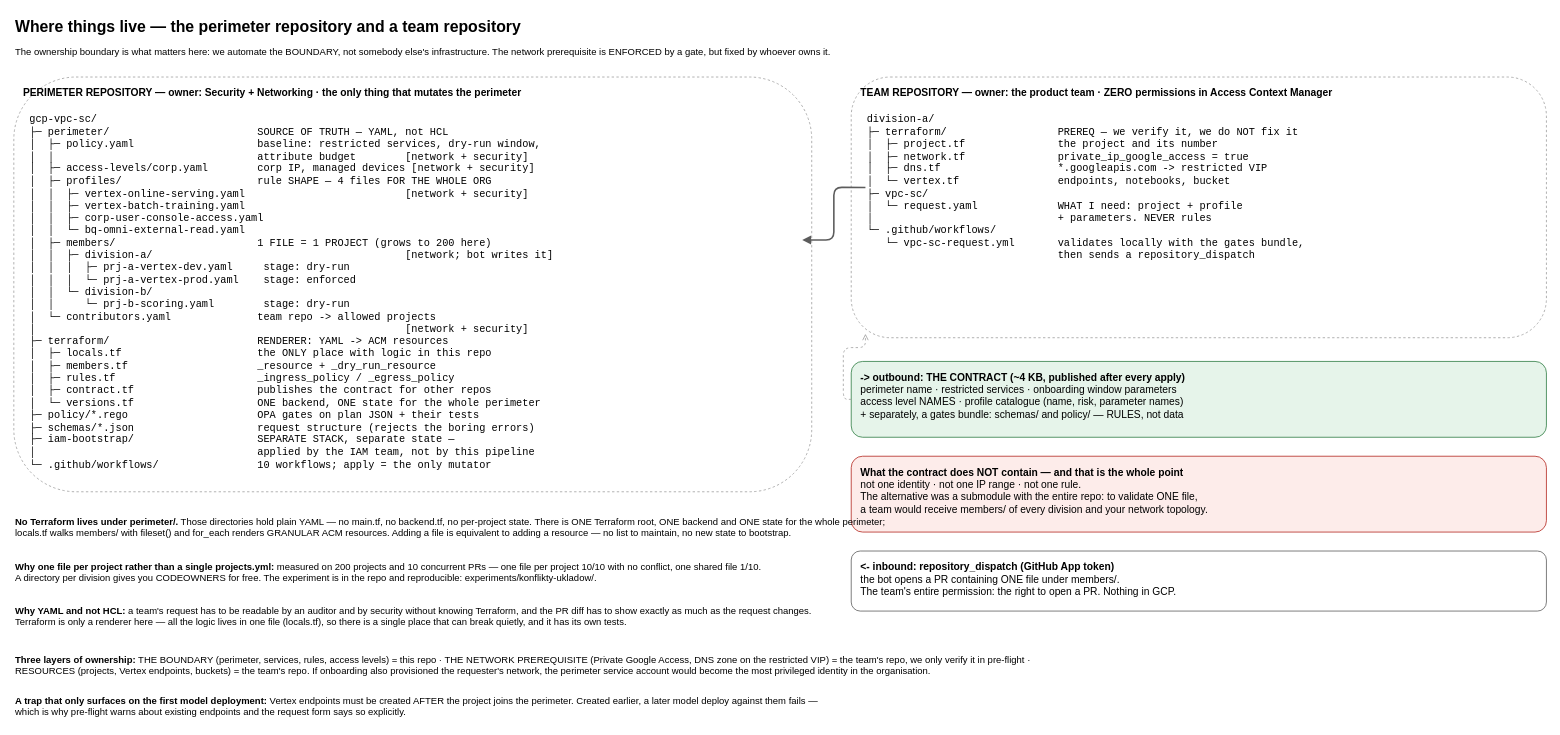
The draw.io diagram docs/diagrams/D7-struktura-repo.drawio in CptDolphin/gcp-vpc-sc, before the edit. Source tidied: cells renumbered, new cells numbered last; positions are measured from the earlier drawing's top-left corner, leaving out a move shared by most shapes. Both pictures are drawn from the tidied source at 79%, with x=0, y=0 at pixel (13, 13).
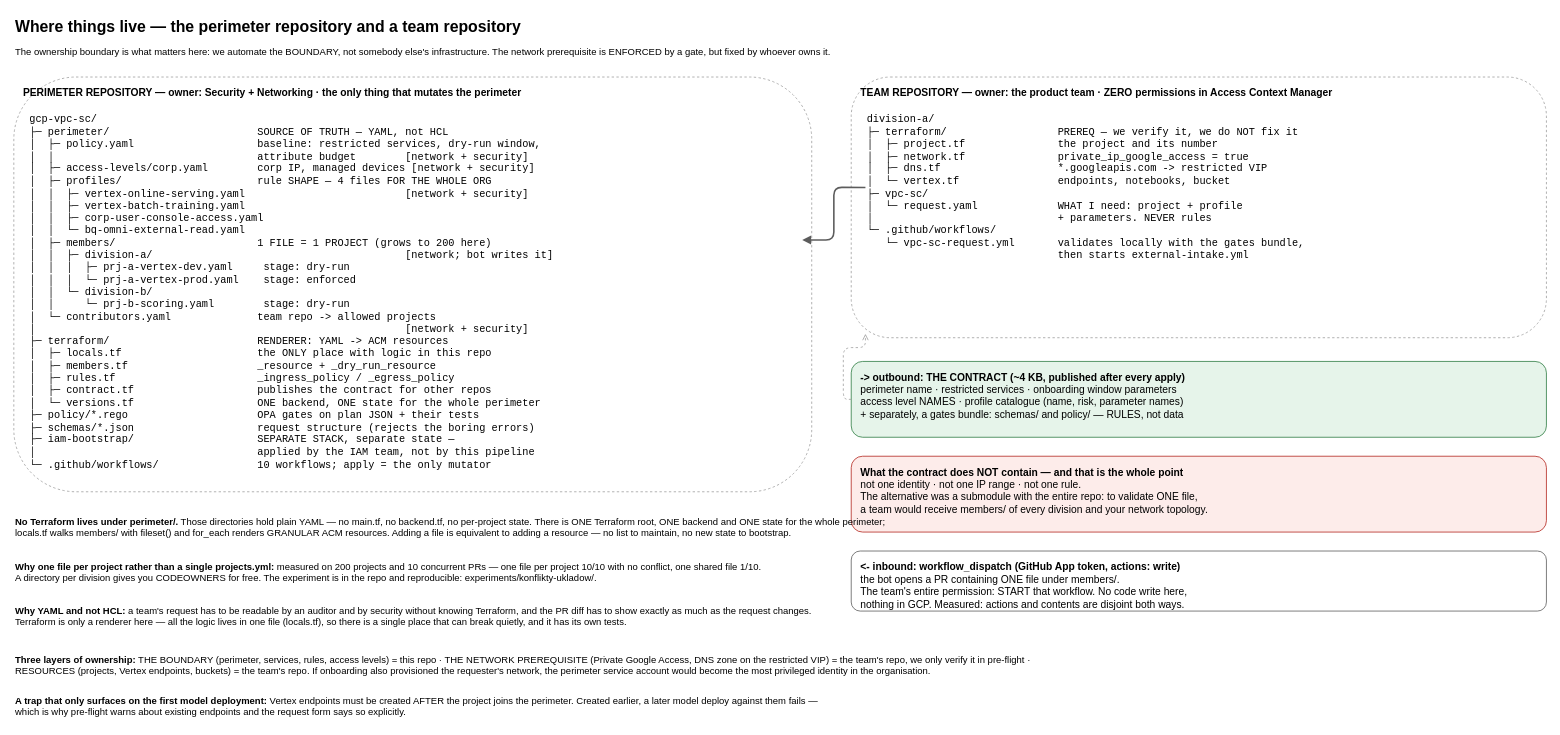
After the change.

The edit, as a diff of the source:
```diff
@@
 <mxGraphModel>
   <root>
     <mxCell id="0" />
     <mxCell id="1" parent="0" />
     <mxCell id="2" value="Where things live — the perimeter repository and a team repository" style="text;html=1;strokeColor=none;fillColor=none;align=left;verticalAlign=middle;fontSize=20;fontStyle=1;" parent="1" vertex="1">
       <mxGeometry width="1500" height="32" as="geometry" />
     </mxCell>
     <mxCell id="3" value="The ownership boundary is what matters here: we automate the BOUNDARY, not somebody else's infrastructure. The network prerequisite is ENFORCED by a gate, but fixed by whoever owns it." style="text;html=1;strokeColor=none;fillColor=none;align=left;verticalAlign=top;fontSize=12;" parent="1" vertex="1">
       <mxGeometry y="34" width="1600" height="20" as="geometry" />
     </mxCell>
     <mxCell id="4" value="PERIMETER REPOSITORY — owner: Security + Networking · the only thing that mutates the perimeter" style="rounded=1;whiteSpace=wrap;html=1;fillColor=none;strokeColor=#9e9e9e;dashed=1;align=left;verticalAlign=top;spacingLeft=10;spacingTop=6;fontSize=13;fontStyle=1;" parent="1" vertex="1">
       <mxGeometry y="80" width="1010" height="525" as="geometry" />
     </mxCell>
     <mxCell id="5" value="gcp-vpc-sc/&lt;br&gt;├─ perimeter/&amp;nbsp;&amp;nbsp;&amp;nbsp;&amp;nbsp;&amp;nbsp;&amp;nbsp;&amp;nbsp;&amp;nbsp;&amp;nbsp;&amp;nbsp;&amp;nbsp;&amp;nbsp;&amp;nbsp;&amp;nbsp;&amp;nbsp;&amp;nbsp;&amp;nbsp;&amp;nbsp;&amp;nbsp;&amp;nbsp;&amp;nbsp;&amp;nbsp;&amp;nbsp;&amp;nbsp;SOURCE OF TRUTH — YAML, not HCL&lt;br&gt;│&amp;nbsp;&amp;nbsp;├─ policy.yaml&amp;nbsp;&amp;nbsp;&amp;nbsp;&amp;nbsp;&amp;nbsp;&amp;nbsp;&amp;nbsp;&amp;nbsp;&amp;nbsp;&amp;nbsp;&amp;nbsp;&amp;nbsp;&amp;nbsp;&amp;nbsp;&amp;nbsp;&amp;nbsp;&amp;nbsp;&amp;nbsp;&amp;nbsp;&amp;nbsp;baseline: restricted services, dry-run window,&lt;br&gt;│&amp;nbsp;&amp;nbsp;│&amp;nbsp;&amp;nbsp;&amp;nbsp;&amp;nbsp;&amp;nbsp;&amp;nbsp;&amp;nbsp;&amp;nbsp;&amp;nbsp;&amp;nbsp;&amp;nbsp;&amp;nbsp;&amp;nbsp;&amp;nbsp;&amp;nbsp;&amp;nbsp;&amp;nbsp;&amp;nbsp;&amp;nbsp;&amp;nbsp;&amp;nbsp;&amp;nbsp;&amp;nbsp;&amp;nbsp;&amp;nbsp;&amp;nbsp;&amp;nbsp;&amp;nbsp;&amp;nbsp;&amp;nbsp;&amp;nbsp;&amp;nbsp;&amp;nbsp;attribute budget&amp;nbsp;&amp;nbsp;&amp;nbsp;&amp;nbsp;&amp;nbsp;&amp;nbsp;&amp;nbsp;&amp;nbsp;[network + security]&lt;br&gt;│&amp;nbsp;&amp;nbsp;├─ access-levels/corp.yaml&amp;nbsp;&amp;nbsp;&amp;nbsp;&amp;nbsp;&amp;nbsp;&amp;nbsp;&amp;nbsp;&amp;nbsp;corp IP, managed devices [network + security]&lt;br&gt;│&amp;nbsp;&amp;nbsp;├─ profiles/&amp;nbsp;&amp;nbsp;&amp;nbsp;&amp;nbsp;&amp;nbsp;&amp;nbsp;&amp;nbsp;&amp;nbsp;&amp;nbsp;&amp;nbsp;&amp;nbsp;&amp;nbsp;&amp;nbsp;&amp;nbsp;&amp;nbsp;&amp;nbsp;&amp;nbsp;&amp;nbsp;&amp;nbsp;&amp;nbsp;&amp;nbsp;&amp;nbsp;rule SHAPE — 4 files FOR THE WHOLE ORG&lt;br&gt;│&amp;nbsp;&amp;nbsp;│&amp;nbsp;&amp;nbsp;├─ vertex-online-serving.yaml&amp;nbsp;&amp;nbsp;&amp;nbsp;&amp;nbsp;&amp;nbsp;&amp;nbsp;&amp;nbsp;&amp;nbsp;&amp;nbsp;&amp;nbsp;&amp;nbsp;&amp;nbsp;&amp;nbsp;&amp;nbsp;&amp;nbsp;&amp;nbsp;&amp;nbsp;&amp;nbsp;&amp;nbsp;&amp;nbsp;&amp;nbsp;&amp;nbsp;&amp;nbsp;&amp;nbsp;&amp;nbsp;&amp;nbsp;[network + security]&lt;br&gt;│&amp;nbsp;&amp;nbsp;│&amp;nbsp;&amp;nbsp;├─ vertex-batch-training.yaml&lt;br&gt;│&amp;nbsp;&amp;nbsp;│&amp;nbsp;&amp;nbsp;├─ corp-user-console-access.yaml&lt;br&gt;│&amp;nbsp;&amp;nbsp;│&amp;nbsp;&amp;nbsp;└─ bq-omni-external-read.yaml&lt;br&gt;│&amp;nbsp;&amp;nbsp;├─ members/&amp;nbsp;&amp;nbsp;&amp;nbsp;&amp;nbsp;&amp;nbsp;&amp;nbsp;&amp;nbsp;&amp;nbsp;&amp;nbsp;&amp;nbsp;&amp;nbsp;&amp;nbsp;&amp;nbsp;&amp;nbsp;&amp;nbsp;&amp;nbsp;&amp;nbsp;&amp;nbsp;&amp;nbsp;&amp;nbsp;&amp;nbsp;&amp;nbsp;&amp;nbsp;1 FILE = 1 PROJECT (grows to 200 here)&lt;br&gt;│&amp;nbsp;&amp;nbsp;│&amp;nbsp;&amp;nbsp;├─ division-a/&amp;nbsp;&amp;nbsp;&amp;nbsp;&amp;nbsp;&amp;nbsp;&amp;nbsp;&amp;nbsp;&amp;nbsp;&amp;nbsp;&amp;nbsp;&amp;nbsp;&amp;nbsp;&amp;nbsp;&amp;nbsp;&amp;nbsp;&amp;nbsp;&amp;nbsp;&amp;nbsp;&amp;nbsp;&amp;nbsp;&amp;nbsp;&amp;nbsp;&amp;nbsp;&amp;nbsp;&amp;nbsp;&amp;nbsp;&amp;nbsp;&amp;nbsp;&amp;nbsp;&amp;nbsp;&amp;nbsp;&amp;nbsp;&amp;nbsp;&amp;nbsp;&amp;nbsp;&amp;nbsp;&amp;nbsp;&amp;nbsp;&amp;nbsp;&amp;nbsp;&amp;nbsp;[network; bot writes it]&lt;br&gt;│&amp;nbsp;&amp;nbsp;│&amp;nbsp;&amp;nbsp;│&amp;nbsp;&amp;nbsp;├─ prj-a-vertex-dev.yaml&amp;nbsp;&amp;nbsp;&amp;nbsp;&amp;nbsp;&amp;nbsp;stage: dry-run&lt;br&gt;│&amp;nbsp;&amp;nbsp;│&amp;nbsp;&amp;nbsp;│&amp;nbsp;&amp;nbsp;└─ prj-a-vertex-prod.yaml&amp;nbsp;&amp;nbsp;&amp;nbsp;&amp;nbsp;stage: enforced&lt;br&gt;│&amp;nbsp;&amp;nbsp;│&amp;nbsp;&amp;nbsp;└─ division-b/&lt;br&gt;│&amp;nbsp;&amp;nbsp;│&amp;nbsp;&amp;nbsp;&amp;nbsp;&amp;nbsp;&amp;nbsp;└─ prj-b-scoring.yaml&amp;nbsp;&amp;nbsp;&amp;nbsp;&amp;nbsp;&amp;nbsp;&amp;nbsp;&amp;nbsp;&amp;nbsp;stage: dry-run&lt;br&gt;│&amp;nbsp;&amp;nbsp;└─ contributors.yaml&amp;nbsp;&amp;nbsp;&amp;nbsp;&amp;nbsp;&amp;nbsp;&amp;nbsp;&amp;nbsp;&amp;nbsp;&amp;nbsp;&amp;nbsp;&amp;nbsp;&amp;nbsp;&amp;nbsp;&amp;nbsp;team repo -&amp;gt; allowed projects&lt;br&gt;│&amp;nbsp;&amp;nbsp;&amp;nbsp;&amp;nbsp;&amp;nbsp;&amp;nbsp;&amp;nbsp;&amp;nbsp;&amp;nbsp;&amp;nbsp;&amp;nbsp;&amp;nbsp;&amp;nbsp;&amp;nbsp;&amp;nbsp;&amp;nbsp;&amp;nbsp;&amp;nbsp;&amp;nbsp;&amp;nbsp;&amp;nbsp;&amp;nbsp;&amp;nbsp;&amp;nbsp;&amp;nbsp;&amp;nbsp;&amp;nbsp;&amp;nbsp;&amp;nbsp;&amp;nbsp;&amp;nbsp;&amp;nbsp;&amp;nbsp;&amp;nbsp;&amp;nbsp;&amp;nbsp;&amp;nbsp;&amp;nbsp;&amp;nbsp;&amp;nbsp;&amp;nbsp;&amp;nbsp;&amp;nbsp;&amp;nbsp;&amp;nbsp;&amp;nbsp;&amp;nbsp;&amp;nbsp;&amp;nbsp;&amp;nbsp;&amp;nbsp;&amp;nbsp;&amp;nbsp;&amp;nbsp;&amp;nbsp;&amp;nbsp;&amp;nbsp;&amp;nbsp;&amp;nbsp;&amp;nbsp;[network + security]&lt;br&gt;├─ terraform/&amp;nbsp;&amp;nbsp;&amp;nbsp;&amp;nbsp;&amp;nbsp;&amp;nbsp;&amp;nbsp;&amp;nbsp;&amp;nbsp;&amp;nbsp;&amp;nbsp;&amp;nbsp;&amp;nbsp;&amp;nbsp;&amp;nbsp;&amp;nbsp;&amp;nbsp;&amp;nbsp;&amp;nbsp;&amp;nbsp;&amp;nbsp;&amp;nbsp;&amp;nbsp;&amp;nbsp;RENDERER: YAML -&amp;gt; ACM resources&lt;br&gt;│&amp;nbsp;&amp;nbsp;├─ locals.tf&amp;nbsp;&amp;nbsp;&amp;nbsp;&amp;nbsp;&amp;nbsp;&amp;nbsp;&amp;nbsp;&amp;nbsp;&amp;nbsp;&amp;nbsp;&amp;nbsp;&amp;nbsp;&amp;nbsp;&amp;nbsp;&amp;nbsp;&amp;nbsp;&amp;nbsp;&amp;nbsp;&amp;nbsp;&amp;nbsp;&amp;nbsp;&amp;nbsp;the ONLY place with logic in this repo&lt;br&gt;│&amp;nbsp;&amp;nbsp;├─ members.tf&amp;nbsp;&amp;nbsp;&amp;nbsp;&amp;nbsp;&amp;nbsp;&amp;nbsp;&amp;nbsp;&amp;nbsp;&amp;nbsp;&amp;nbsp;&amp;nbsp;&amp;nbsp;&amp;nbsp;&amp;nbsp;&amp;nbsp;&amp;nbsp;&amp;nbsp;&amp;nbsp;&amp;nbsp;&amp;nbsp;&amp;nbsp;_resource + _dry_run_resource&lt;br&gt;│&amp;nbsp;&amp;nbsp;├─ rules.tf&amp;nbsp;&amp;nbsp;&amp;nbsp;&amp;nbsp;&amp;nbsp;&amp;nbsp;&amp;nbsp;&amp;nbsp;&amp;nbsp;&amp;nbsp;&amp;nbsp;&amp;nbsp;&amp;nbsp;&amp;nbsp;&amp;nbsp;&amp;nbsp;&amp;nbsp;&amp;nbsp;&amp;nbsp;&amp;nbsp;&amp;nbsp;&amp;nbsp;&amp;nbsp;_ingress_policy / _egress_policy&lt;br&gt;│&amp;nbsp;&amp;nbsp;├─ contract.tf&amp;nbsp;&amp;nbsp;&amp;nbsp;&amp;nbsp;&amp;nbsp;&amp;nbsp;&amp;nbsp;&amp;nbsp;&amp;nbsp;&amp;nbsp;&amp;nbsp;&amp;nbsp;&amp;nbsp;&amp;nbsp;&amp;nbsp;&amp;nbsp;&amp;nbsp;&amp;nbsp;&amp;nbsp;&amp;nbsp;publishes the contract for other repos&lt;br&gt;│&amp;nbsp;&amp;nbsp;└─ versions.tf&amp;nbsp;&amp;nbsp;&amp;nbsp;&amp;nbsp;&amp;nbsp;&amp;nbsp;&amp;nbsp;&amp;nbsp;&amp;nbsp;&amp;nbsp;&amp;nbsp;&amp;nbsp;&amp;nbsp;&amp;nbsp;&amp;nbsp;&amp;nbsp;&amp;nbsp;&amp;nbsp;&amp;nbsp;&amp;nbsp;ONE backend, ONE state for the whole perimeter&lt;br&gt;├─ policy/*.rego&amp;nbsp;&amp;nbsp;&amp;nbsp;&amp;nbsp;&amp;nbsp;&amp;nbsp;&amp;nbsp;&amp;nbsp;&amp;nbsp;&amp;nbsp;&amp;nbsp;&amp;nbsp;&amp;nbsp;&amp;nbsp;&amp;nbsp;&amp;nbsp;&amp;nbsp;&amp;nbsp;&amp;nbsp;&amp;nbsp;&amp;nbsp;OPA gates on plan JSON + their tests&lt;br&gt;├─ schemas/*.json&amp;nbsp;&amp;nbsp;&amp;nbsp;&amp;nbsp;&amp;nbsp;&amp;nbsp;&amp;nbsp;&amp;nbsp;&amp;nbsp;&amp;nbsp;&amp;nbsp;&amp;nbsp;&amp;nbsp;&amp;nbsp;&amp;nbsp;&amp;nbsp;&amp;nbsp;&amp;nbsp;&amp;nbsp;&amp;nbsp;request structure (rejects the boring errors)&lt;br&gt;├─ iam-bootstrap/&amp;nbsp;&amp;nbsp;&amp;nbsp;&amp;nbsp;&amp;nbsp;&amp;nbsp;&amp;nbsp;&amp;nbsp;&amp;nbsp;&amp;nbsp;&amp;nbsp;&amp;nbsp;&amp;nbsp;&amp;nbsp;&amp;nbsp;&amp;nbsp;&amp;nbsp;&amp;nbsp;&amp;nbsp;&amp;nbsp;SEPARATE STACK, separate state —&lt;br&gt;│&amp;nbsp;&amp;nbsp;&amp;nbsp;&amp;nbsp;&amp;nbsp;&amp;nbsp;&amp;nbsp;&amp;nbsp;&amp;nbsp;&amp;nbsp;&amp;nbsp;&amp;nbsp;&amp;nbsp;&amp;nbsp;&amp;nbsp;&amp;nbsp;&amp;nbsp;&amp;nbsp;&amp;nbsp;&amp;nbsp;&amp;nbsp;&amp;nbsp;&amp;nbsp;&amp;nbsp;&amp;nbsp;&amp;nbsp;&amp;nbsp;&amp;nbsp;&amp;nbsp;&amp;nbsp;&amp;nbsp;&amp;nbsp;&amp;nbsp;&amp;nbsp;&amp;nbsp;&amp;nbsp;applied by the IAM team, not by this pipeline&lt;br&gt;└─ .github/workflows/&amp;nbsp;&amp;nbsp;&amp;nbsp;&amp;nbsp;&amp;nbsp;&amp;nbsp;&amp;nbsp;&amp;nbsp;&amp;nbsp;&amp;nbsp;&amp;nbsp;&amp;nbsp;&amp;nbsp;&amp;nbsp;&amp;nbsp;&amp;nbsp;10 workflows; apply = the only mutator" style="text;html=1;strokeColor=none;fillColor=none;align=left;verticalAlign=top;fontSize=13;fontFamily=Courier New;" parent="1" vertex="1">
       <mxGeometry x="18" y="120" width="980" height="475" as="geometry" />
     </mxCell>
     <mxCell id="6" value="TEAM REPOSITORY — owner: the product team · ZERO permissions in Access Context Manager" style="rounded=1;whiteSpace=wrap;html=1;fillColor=none;strokeColor=#9e9e9e;dashed=1;align=left;verticalAlign=top;spacingLeft=10;spacingTop=6;fontSize=13;fontStyle=1;" parent="1" vertex="1">
       <mxGeometry x="1060" y="80" width="880" height="330" as="geometry" />
     </mxCell>
-    <mxCell id="7" value="division-a/&lt;br&gt;├─ terraform/&amp;nbsp;&amp;nbsp;&amp;nbsp;&amp;nbsp;&amp;nbsp;&amp;nbsp;&amp;nbsp;&amp;nbsp;&amp;nbsp;&amp;nbsp;&amp;nbsp;&amp;nbsp;&amp;nbsp;&amp;nbsp;&amp;nbsp;&amp;nbsp;&amp;nbsp;&amp;nbsp;PREREQ — we verify it, we do NOT fix it&lt;br&gt;│&amp;nbsp;&amp;nbsp;├─ project.tf&amp;nbsp;&amp;nbsp;&amp;nbsp;&amp;nbsp;&amp;nbsp;&amp;nbsp;&amp;nbsp;&amp;nbsp;&amp;nbsp;&amp;nbsp;&amp;nbsp;&amp;nbsp;&amp;nbsp;&amp;nbsp;&amp;nbsp;the project and its number&lt;br&gt;│&amp;nbsp;&amp;nbsp;├─ network.tf&amp;nbsp;&amp;nbsp;&amp;nbsp;&amp;nbsp;&amp;nbsp;&amp;nbsp;&amp;nbsp;&amp;nbsp;&amp;nbsp;&amp;nbsp;&amp;nbsp;&amp;nbsp;&amp;nbsp;&amp;nbsp;&amp;nbsp;private_ip_google_access = true&lt;br&gt;│&amp;nbsp;&amp;nbsp;├─ dns.tf&amp;nbsp;&amp;nbsp;&amp;nbsp;&amp;nbsp;&amp;nbsp;&amp;nbsp;&amp;nbsp;&amp;nbsp;&amp;nbsp;&amp;nbsp;&amp;nbsp;&amp;nbsp;&amp;nbsp;&amp;nbsp;&amp;nbsp;&amp;nbsp;&amp;nbsp;&amp;nbsp;&amp;nbsp;*.googleapis.com -&amp;gt; restricted VIP&lt;br&gt;│&amp;nbsp;&amp;nbsp;└─ vertex.tf&amp;nbsp;&amp;nbsp;&amp;nbsp;&amp;nbsp;&amp;nbsp;&amp;nbsp;&amp;nbsp;&amp;nbsp;&amp;nbsp;&amp;nbsp;&amp;nbsp;&amp;nbsp;&amp;nbsp;&amp;nbsp;&amp;nbsp;&amp;nbsp;endpoints, notebooks, bucket&lt;br&gt;├─ vpc-sc/&lt;br&gt;│&amp;nbsp;&amp;nbsp;└─ request.yaml&amp;nbsp;&amp;nbsp;&amp;nbsp;&amp;nbsp;&amp;nbsp;&amp;nbsp;&amp;nbsp;&amp;nbsp;&amp;nbsp;&amp;nbsp;&amp;nbsp;&amp;nbsp;&amp;nbsp;WHAT I need: project + profile&lt;br&gt;│&amp;nbsp;&amp;nbsp;&amp;nbsp;&amp;nbsp;&amp;nbsp;&amp;nbsp;&amp;nbsp;&amp;nbsp;&amp;nbsp;&amp;nbsp;&amp;nbsp;&amp;nbsp;&amp;nbsp;&amp;nbsp;&amp;nbsp;&amp;nbsp;&amp;nbsp;&amp;nbsp;&amp;nbsp;&amp;nbsp;&amp;nbsp;&amp;nbsp;&amp;nbsp;&amp;nbsp;&amp;nbsp;&amp;nbsp;&amp;nbsp;&amp;nbsp;&amp;nbsp;&amp;nbsp;+ parameters. NEVER rules&lt;br&gt;└─ .github/workflows/&lt;br&gt;&amp;nbsp;&amp;nbsp;&amp;nbsp;└─ vpc-sc-request.yml&amp;nbsp;&amp;nbsp;&amp;nbsp;&amp;nbsp;&amp;nbsp;&amp;nbsp;&amp;nbsp;validates locally with the gates bundle,&lt;br&gt;&amp;nbsp;&amp;nbsp;&amp;nbsp;&amp;nbsp;&amp;nbsp;&amp;nbsp;&amp;nbsp;&amp;nbsp;&amp;nbsp;&amp;nbsp;&amp;nbsp;&amp;nbsp;&amp;nbsp;&amp;nbsp;&amp;nbsp;&amp;nbsp;&amp;nbsp;&amp;nbsp;&amp;nbsp;&amp;nbsp;&amp;nbsp;&amp;nbsp;&amp;nbsp;&amp;nbsp;&amp;nbsp;&amp;nbsp;&amp;nbsp;&amp;nbsp;&amp;nbsp;&amp;nbsp;&amp;nbsp;then sends a repository_dispatch" style="text;html=1;strokeColor=none;fillColor=none;align=left;verticalAlign=top;fontSize=13;fontFamily=Courier New;" parent="1" vertex="1">
+    <mxCell id="7" value="division-a/&lt;br&gt;├─ terraform/&amp;nbsp;&amp;nbsp;&amp;nbsp;&amp;nbsp;&amp;nbsp;&amp;nbsp;&amp;nbsp;&amp;nbsp;&amp;nbsp;&amp;nbsp;&amp;nbsp;&amp;nbsp;&amp;nbsp;&amp;nbsp;&amp;nbsp;&amp;nbsp;&amp;nbsp;&amp;nbsp;PREREQ — we verify it, we do NOT fix it&lt;br&gt;│&amp;nbsp;&amp;nbsp;├─ project.tf&amp;nbsp;&amp;nbsp;&amp;nbsp;&amp;nbsp;&amp;nbsp;&amp;nbsp;&amp;nbsp;&amp;nbsp;&amp;nbsp;&amp;nbsp;&amp;nbsp;&amp;nbsp;&amp;nbsp;&amp;nbsp;&amp;nbsp;the project and its number&lt;br&gt;│&amp;nbsp;&amp;nbsp;├─ network.tf&amp;nbsp;&amp;nbsp;&amp;nbsp;&amp;nbsp;&amp;nbsp;&amp;nbsp;&amp;nbsp;&amp;nbsp;&amp;nbsp;&amp;nbsp;&amp;nbsp;&amp;nbsp;&amp;nbsp;&amp;nbsp;&amp;nbsp;private_ip_google_access = true&lt;br&gt;│&amp;nbsp;&amp;nbsp;├─ dns.tf&amp;nbsp;&amp;nbsp;&amp;nbsp;&amp;nbsp;&amp;nbsp;&amp;nbsp;&amp;nbsp;&amp;nbsp;&amp;nbsp;&amp;nbsp;&amp;nbsp;&amp;nbsp;&amp;nbsp;&amp;nbsp;&amp;nbsp;&amp;nbsp;&amp;nbsp;&amp;nbsp;&amp;nbsp;*.googleapis.com -&amp;gt; restricted VIP&lt;br&gt;│&amp;nbsp;&amp;nbsp;└─ vertex.tf&amp;nbsp;&amp;nbsp;&amp;nbsp;&amp;nbsp;&amp;nbsp;&amp;nbsp;&amp;nbsp;&amp;nbsp;&amp;nbsp;&amp;nbsp;&amp;nbsp;&amp;nbsp;&amp;nbsp;&amp;nbsp;&amp;nbsp;&amp;nbsp;endpoints, notebooks, bucket&lt;br&gt;├─ vpc-sc/&lt;br&gt;│&amp;nbsp;&amp;nbsp;└─ request.yaml&amp;nbsp;&amp;nbsp;&amp;nbsp;&amp;nbsp;&amp;nbsp;&amp;nbsp;&amp;nbsp;&amp;nbsp;&amp;nbsp;&amp;nbsp;&amp;nbsp;&amp;nbsp;&amp;nbsp;WHAT I need: project + profile&lt;br&gt;│&amp;nbsp;&amp;nbsp;&amp;nbsp;&amp;nbsp;&amp;nbsp;&amp;nbsp;&amp;nbsp;&amp;nbsp;&amp;nbsp;&amp;nbsp;&amp;nbsp;&amp;nbsp;&amp;nbsp;&amp;nbsp;&amp;nbsp;&amp;nbsp;&amp;nbsp;&amp;nbsp;&amp;nbsp;&amp;nbsp;&amp;nbsp;&amp;nbsp;&amp;nbsp;&amp;nbsp;&amp;nbsp;&amp;nbsp;&amp;nbsp;&amp;nbsp;&amp;nbsp;&amp;nbsp;+ parameters. NEVER rules&lt;br&gt;└─ .github/workflows/&lt;br&gt;&amp;nbsp;&amp;nbsp;&amp;nbsp;└─ vpc-sc-request.yml&amp;nbsp;&amp;nbsp;&amp;nbsp;&amp;nbsp;&amp;nbsp;&amp;nbsp;&amp;nbsp;validates locally with the gates bundle,&lt;br&gt;&amp;nbsp;&amp;nbsp;&amp;nbsp;&amp;nbsp;&amp;nbsp;&amp;nbsp;&amp;nbsp;&amp;nbsp;&amp;nbsp;&amp;nbsp;&amp;nbsp;&amp;nbsp;&amp;nbsp;&amp;nbsp;&amp;nbsp;&amp;nbsp;&amp;nbsp;&amp;nbsp;&amp;nbsp;&amp;nbsp;&amp;nbsp;&amp;nbsp;&amp;nbsp;&amp;nbsp;&amp;nbsp;&amp;nbsp;&amp;nbsp;&amp;nbsp;&amp;nbsp;&amp;nbsp;&amp;nbsp;then starts external-intake.yml" style="text;html=1;strokeColor=none;fillColor=none;align=left;verticalAlign=top;fontSize=13;fontFamily=Courier New;" parent="1" vertex="1">
       <mxGeometry x="1078" y="120" width="850" height="285" as="geometry" />
     </mxCell>
     <mxCell id="8" value="&lt;b&gt;-&amp;gt; outbound: THE CONTRACT (~4 KB, published after every apply)&lt;/b&gt;&lt;br&gt;perimeter name · restricted services · onboarding window parameters&lt;br&gt;access level NAMES · profile catalogue (name, risk, parameter names)&lt;br&gt;+ separately, a gates bundle: schemas/ and policy/ — RULES, not data" style="rounded=1;whiteSpace=wrap;html=1;fillColor=#e6f4ea;strokeColor=#2e7d43;align=left;verticalAlign=top;spacingLeft=10;spacingTop=6;fontSize=13;" parent="1" vertex="1">
       <mxGeometry x="1060" y="440" width="880" height="96" as="geometry" />
     </mxCell>
     <mxCell id="9" value="&lt;b&gt;What the contract does NOT contain — and that is the whole point&lt;/b&gt;&lt;br&gt;not one identity · not one IP range · not one rule.&lt;br&gt;The alternative was a submodule with the entire repo: to validate ONE file,&lt;br&gt;a team would receive members/ of every division and your network topology." style="rounded=1;whiteSpace=wrap;html=1;fillColor=#fdecea;strokeColor=#b3261e;align=left;verticalAlign=top;spacingLeft=10;spacingTop=6;fontSize=13;" parent="1" vertex="1">
       <mxGeometry x="1060" y="560" width="880" height="96" as="geometry" />
     </mxCell>
-    <mxCell id="10" value="&lt;b&gt;&amp;lt;- inbound: repository_dispatch (GitHub App token)&lt;/b&gt;&lt;br&gt;the bot opens a PR containing ONE file under members/.&lt;br&gt;The team's entire permission: the right to open a PR. Nothing in GCP." style="rounded=1;whiteSpace=wrap;html=1;fillColor=#ffffff;strokeColor=#5c5c5c;align=left;verticalAlign=top;spacingLeft=10;spacingTop=6;fontSize=13;" parent="1" vertex="1">
+    <mxCell id="10" value="&lt;b&gt;&amp;lt;- inbound: workflow_dispatch (GitHub App token, actions: write)&lt;/b&gt;&lt;br&gt;the bot opens a PR containing ONE file under members/.&lt;br&gt;The team's entire permission: START that workflow. No code write here,&lt;br&gt;nothing in GCP. Measured: actions and contents are disjoint both ways." style="rounded=1;whiteSpace=wrap;html=1;fillColor=#ffffff;strokeColor=#5c5c5c;align=left;verticalAlign=top;spacingLeft=10;spacingTop=6;fontSize=13;" parent="1" vertex="1">
       <mxGeometry x="1060" y="680" width="880" height="76" as="geometry" />
     </mxCell>
     <mxCell id="11" value="&lt;b&gt;No Terraform lives under perimeter/.&lt;/b&gt; Those directories hold plain YAML — no main.tf, no backend.tf, no per-project state. There is ONE Terraform root, ONE backend and ONE state for the whole perimeter;&lt;br&gt;locals.tf walks members/ with fileset() and for_each renders GRANULAR ACM resources. Adding a file is equivalent to adding a resource — no list to maintain, no new state to bootstrap." style="text;html=1;strokeColor=none;fillColor=none;align=left;verticalAlign=top;fontSize=12;" parent="1" vertex="1">
       <mxGeometry y="630" width="1010" height="40" as="geometry" />
     </mxCell>
     <mxCell id="12" value="&lt;b&gt;Why one file per project rather than a single projects.yml:&lt;/b&gt; measured on 200 projects and 10 concurrent PRs — one file per project 10/10 with no conflict, one shared file 1/10.&lt;br&gt;A directory per division gives you CODEOWNERS for free. The experiment is in the repo and reproducible: experiments/konflikty-ukladow/." style="text;html=1;strokeColor=none;fillColor=none;align=left;verticalAlign=top;fontSize=12;" parent="1" vertex="1">
       <mxGeometry y="686" width="1010" height="40" as="geometry" />
     </mxCell>
     <mxCell id="13" value="&lt;b&gt;Why YAML and not HCL:&lt;/b&gt; a team's request has to be readable by an auditor and by security without knowing Terraform, and the PR diff has to show exactly as much as the request changes.&lt;br&gt;Terraform is only a renderer here — all the logic lives in one file (locals.tf), so there is a single place that can break quietly, and it has its own tests." style="text;html=1;strokeColor=none;fillColor=none;align=left;verticalAlign=top;fontSize=12;" parent="1" vertex="1">
       <mxGeometry y="742" width="1010" height="40" as="geometry" />
     </mxCell>
     <mxCell id="14" value="&lt;b&gt;Three layers of ownership:&lt;/b&gt; THE BOUNDARY (perimeter, services, rules, access levels) = this repo · THE NETWORK PREREQUISITE (Private Google Access, DNS zone on the restricted VIP) = the team's repo, we only verify it in pre-flight ·&lt;br&gt;RESOURCES (projects, Vertex endpoints, buckets) = the team's repo. If onboarding also provisioned the requester's network, the perimeter service account would become the most privileged identity in the organisation." style="text;html=1;strokeColor=none;fillColor=none;align=left;verticalAlign=top;fontSize=12;" parent="1" vertex="1">
       <mxGeometry y="804" width="1940" height="40" as="geometry" />
     </mxCell>
     <mxCell id="15" value="&lt;b&gt;A trap that only surfaces on the first model deployment:&lt;/b&gt; Vertex endpoints must be created AFTER the project joins the perimeter. Created earlier, a later model deploy against them fails —&lt;br&gt;which is why pre-flight warns about existing endpoints and the request form says so explicitly." style="text;html=1;strokeColor=none;fillColor=none;align=left;verticalAlign=top;fontSize=12;" parent="1" vertex="1">
       <mxGeometry y="856" width="1940" height="40" as="geometry" />
     </mxCell>
     <mxCell id="16" style="edgeStyle=orthogonalEdgeStyle;rounded=1;html=1;strokeColor=#5c5c5c;strokeWidth=2;endArrow=block;endFill=1;fontSize=12;exitX=0;exitY=0.35;entryX=1;entryY=0.35;" parent="1" edge="1" source="7" target="5">
       <mxGeometry relative="1" as="geometry" />
     </mxCell>
     <mxCell id="17" style="edgeStyle=orthogonalEdgeStyle;rounded=1;html=1;strokeColor=#9e9e9e;strokeWidth=1;dashed=1;endArrow=open;fontSize=11;exitX=0;exitY=0.5;entryX=0;entryY=1;" parent="1" edge="1" source="8" target="7">
       <mxGeometry relative="1" as="geometry" />
     </mxCell>
   </root>
 </mxGraphModel>
```
